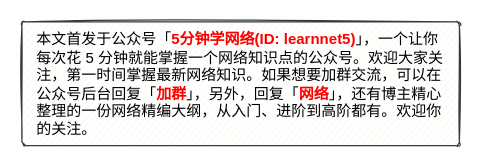
This is netstart.drawio from ctimbai/draw.io, a draw.io file, before an edit. Source tidied: cells renumbered, new cells numbered last; positions are measured from the earlier drawing's top-left corner, leaving out a move shared by most shapes. Both pictures are drawn from the tidied source at 125%, with x=0, y=0 at pixel (21, 21).
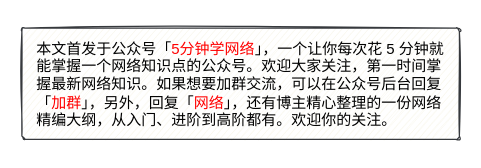
The same page after the edit.

Change to the diagram source:
```diff
@@
 <mxGraphModel>
   <root>
     <mxCell id="0" />
     <mxCell id="1" parent="0" />
     <mxCell id="2" style="rounded=1;whiteSpace=wrap;html=1;arcSize=3;strokeWidth=1;glass=0;shadow=0;sketch=1;fillColor=#f9f7ed;strokeColor=#36393d;" parent="1" vertex="1">
-      <mxGeometry width="350" height="99" as="geometry" />
+      <mxGeometry y="5" width="350" height="89" as="geometry" />
     </mxCell>
-    <mxCell id="3" value="本文首发于公众号「&lt;b&gt;&lt;font color=&quot;#ff0000&quot;&gt;5分钟学网络(ID: learnnet5)&lt;/font&gt;&lt;/b&gt;」，一个让你每次花 5 分钟就能掌握一个网络知识点的公众号。欢迎大家关注，第一时间掌握最新网络知识。如果想要加群交流，可以在公众号后台回复「&lt;b&gt;&lt;font color=&quot;#ff0000&quot;&gt;加群&lt;/font&gt;&lt;/b&gt;」，另外，回复「&lt;b&gt;&lt;font color=&quot;#ff0000&quot;&gt;网络&lt;/font&gt;&lt;/b&gt;」，还有博主精心整理的一份网络精编大纲，从入门、进阶到高阶都有。欢迎你的关注。" style="text;html=1;strokeColor=none;fillColor=none;align=left;verticalAlign=middle;whiteSpace=wrap;rounded=0;shadow=0;glass=0;sketch=1;" parent="1" vertex="1">
+    <mxCell id="3" value="本文首发于公众号「&lt;font color=&quot;#ff0000&quot;&gt;5分钟学网络&lt;/font&gt;」，一个让你每次花 5 分钟就能掌握一个网络知识点的公众号。欢迎大家关注，第一时间掌握最新网络知识。如果想要加群交流，可以在公众号后台回复「&lt;font color=&quot;#ff0000&quot;&gt;加群&lt;/font&gt;」，另外，回复「&lt;font color=&quot;#ff0000&quot;&gt;网络&lt;/font&gt;」，还有博主精心整理的一份网络精编大纲，从入门、进阶到高阶都有。欢迎你的关注。" style="text;html=1;strokeColor=none;fillColor=none;align=left;verticalAlign=middle;whiteSpace=wrap;rounded=0;shadow=0;glass=0;sketch=1;" parent="1" vertex="1">
       <mxGeometry x="10" y="34.5" width="330" height="30" as="geometry" />
     </mxCell>
   </root>
 </mxGraphModel>
```
